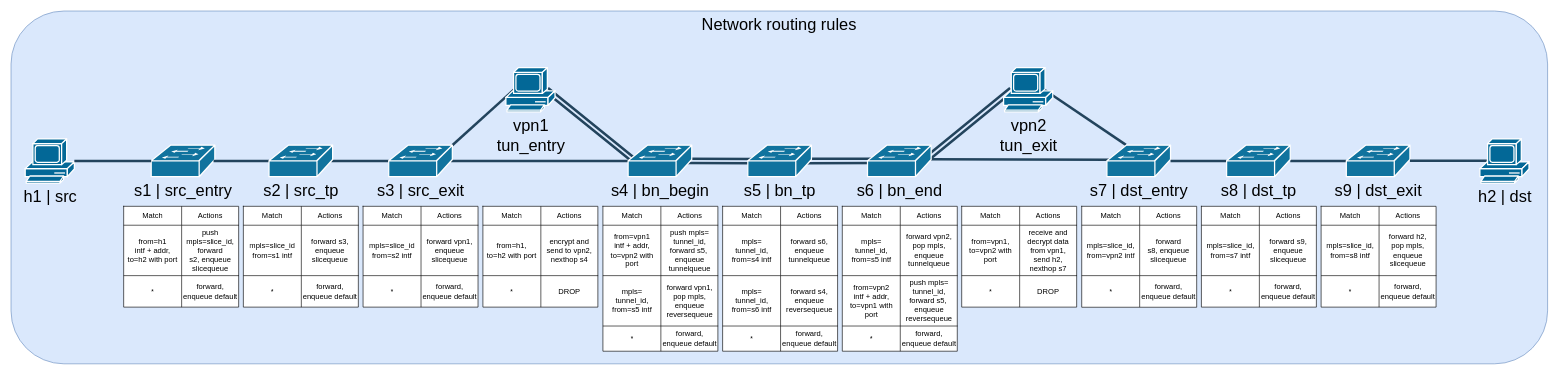
This is diagrams/network_routing_rules.drawio from FriwiDev/thesis, a draw.io file, before an edit. Source tidied: cells renumbered, new cells numbered last; positions are measured from the earlier drawing's top-left corner, leaving out a move shared by most shapes. Both pictures are drawn from the tidied source at 63%, with x=0, y=0 at pixel (11, 11).
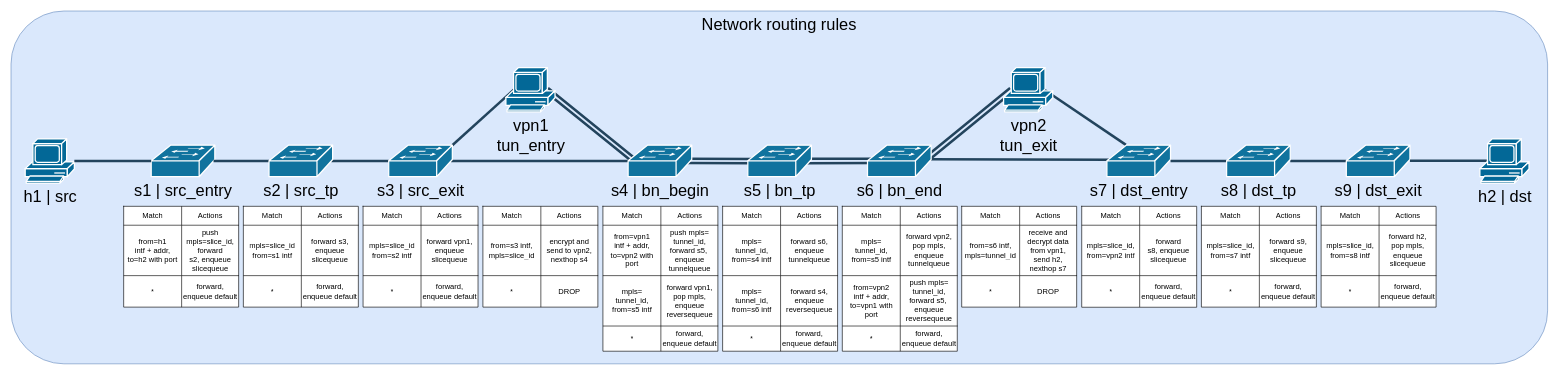
The same page after the edit.

Unchanged cells that the change refers to:
```xml
<mxCell id="133" style="shape=tableRow;horizontal=0;startSize=0;swimlaneHead=0;swimlaneBody=0;top=0;left=0;bottom=0;right=0;fillColor=none;" parent="129" vertex="1">
  <mxGeometry y="30" width="182.5" height="80" as="geometry" />
</mxCell>
<mxCell id="143" style="shape=tableRow;horizontal=0;startSize=0;swimlaneHead=0;swimlaneBody=0;top=0;left=0;bottom=0;right=0;fillColor=none;" parent="139" vertex="1">
  <mxGeometry y="30" width="182.5" height="80" as="geometry" />
</mxCell>
```

What changed in the source:
```diff
@@
-    <mxCell id="134" value="from=h1, &lt;br&gt;to=h2 with port" style="shape=partialRectangle;html=1;whiteSpace=wrap;overflow=hidden;fillColor=none;top=0;left=0;bottom=0;right=0;" parent="133" vertex="1">
+    <mxCell id="134" value="from=s3 intf, &lt;br&gt;mpls=slice_id" style="shape=partialRectangle;html=1;whiteSpace=wrap;overflow=hidden;fillColor=none;top=0;left=0;bottom=0;right=0;" parent="133" vertex="1">
       <mxGeometry width="92" height="80" as="geometry" />
     </mxCell>
@@
-    <mxCell id="144" value="from=vpn1,&lt;br&gt;to=vpn2 with port" style="shape=partialRectangle;html=1;whiteSpace=wrap;overflow=hidden;fillColor=none;top=0;left=0;bottom=0;right=0;" parent="143" vertex="1">
+    <mxCell id="144" value="from=s6 intf,&lt;br&gt;mpls=tunnel_id" style="shape=partialRectangle;html=1;whiteSpace=wrap;overflow=hidden;fillColor=none;top=0;left=0;bottom=0;right=0;" parent="143" vertex="1">
       <mxGeometry width="92" height="80" as="geometry" />
     </mxCell>
```
